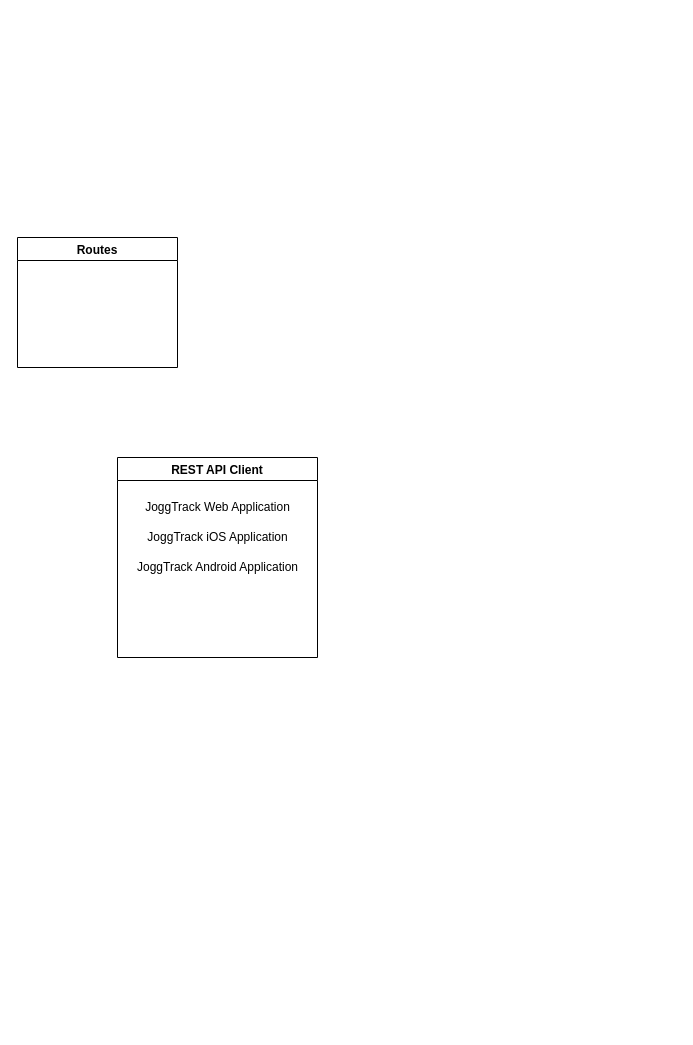
The draw.io diagram joggtrackRESTapi.drawio in cosminmemetea/joggtrack, before the edit. Source tidied: cells renumbered, new cells numbered last; positions are measured from the earlier drawing's top-left corner, leaving out a move shared by most shapes. Both pictures are drawn from the tidied source at 100%, with x=0, y=0 at pixel (17, 237).
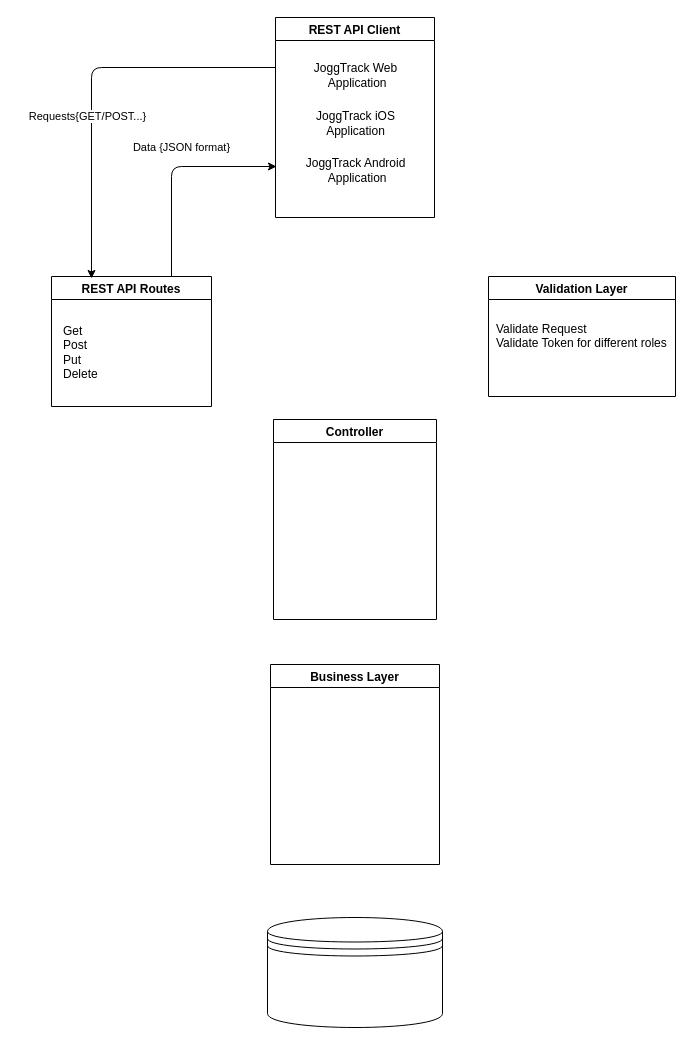
After the change.

Diff of the diagram source:
```diff
@@
+    <mxCell id="7" style="edgeStyle=none;html=1;exitX=0.75;exitY=0;exitDx=0;exitDy=0;" parent="1" edge="1" source="2">
+      <mxGeometry relative="1" as="geometry">
+        <mxPoint x="259" y="-71" as="targetPoint" />
+        <Array as="points">
+          <mxPoint x="154" y="-71" />
+        </Array>
+      </mxGeometry>
+    </mxCell>
+    <mxCell id="8" value="Data {JSON format}" style="edgeLabel;html=1;align=center;verticalAlign=middle;" parent="7" vertex="1">
+      <mxGeometry x="-0.03" y="1" relative="1" as="geometry">
+        <mxPoint x="10" y="-26" as="offset" />
+      </mxGeometry>
+    </mxCell>
-    <mxCell id="2" value="Routes" style="swimlane;" parent="1" vertex="1">
-      <mxGeometry width="160" height="130" as="geometry" />
+    <mxCell id="2" value="REST API Routes" style="swimlane;" parent="1" vertex="1">
+      <mxGeometry x="34" y="39" width="160" height="130" as="geometry" />
     </mxCell>
+    <mxCell id="9" value="&lt;div&gt;&lt;span&gt;Get&lt;/span&gt;&lt;/div&gt;&lt;div&gt;&lt;span&gt;Post&lt;/span&gt;&lt;/div&gt;&lt;div&gt;Put&lt;/div&gt;&lt;div&gt;Delete&lt;/div&gt;" style="text;html=1;strokeColor=none;fillColor=none;align=left;verticalAlign=middle;whiteSpace=wrap;rounded=0;" parent="2" vertex="1">
+      <mxGeometry x="10" y="31" width="140" height="90" as="geometry" />
+    </mxCell>
+    <mxCell id="10" style="edgeStyle=none;html=1;entryX=0.25;entryY=0.015;entryDx=0;entryDy=0;exitX=0;exitY=0.25;exitDx=0;exitDy=0;entryPerimeter=0;" parent="1" edge="1" source="3" target="2">
+      <mxGeometry relative="1" as="geometry">
+        <Array as="points">
+          <mxPoint x="74" y="-170" />
+        </Array>
+      </mxGeometry>
+    </mxCell>
+    <mxCell id="11" value="Requests{GET/POST...}" style="edgeLabel;html=1;align=center;verticalAlign=middle;" parent="10" vertex="1">
+      <mxGeometry x="0.01" y="-2" relative="1" as="geometry">
+        <mxPoint x="-3" y="33" as="offset" />
+      </mxGeometry>
+    </mxCell>
     <mxCell id="3" value="REST API Client" style="swimlane;" parent="1" vertex="1">
-      <mxGeometry x="100" y="220" width="200" height="200" as="geometry" />
+      <mxGeometry x="258" y="-220" width="159" height="200" as="geometry" />
     </mxCell>
-    <mxCell id="4" value="JoggTrack Web Application" style="text;html=1;align=center;verticalAlign=middle;strokeColor=none;fillColor=none;" parent="3" vertex="1">
-      <mxGeometry x="20" y="40" width="160" height="20" as="geometry" />
+    <mxCell id="4" value="JoggTrack Web&lt;br&gt;&amp;nbsp;Application" style="text;html=1;align=center;verticalAlign=middle;strokeColor=none;fillColor=none;" parent="3" vertex="1">
+      <mxGeometry x="33" y="42" width="93" height="32" as="geometry" />
     </mxCell>
-    <mxCell id="5" value="JoggTrack iOS Application" style="text;html=1;align=center;verticalAlign=middle;strokeColor=none;fillColor=none;" parent="3" vertex="1">
-      <mxGeometry x="20" y="70" width="160" height="20" as="geometry" />
+    <mxCell id="5" value="JoggTrack iOS &lt;br&gt;Application" style="text;html=1;align=center;verticalAlign=middle;strokeColor=none;fillColor=none;" parent="3" vertex="1">
+      <mxGeometry x="35" y="90" width="89" height="32" as="geometry" />
     </mxCell>
-    <mxCell id="6" value="JoggTrack Android Application" style="text;html=1;align=center;verticalAlign=middle;strokeColor=none;fillColor=none;" parent="3" vertex="1">
-      <mxGeometry x="10" y="100" width="180" height="20" as="geometry" />
+    <mxCell id="6" value="JoggTrack Android&lt;br&gt;&amp;nbsp;Application" style="text;html=1;align=center;verticalAlign=middle;strokeColor=none;fillColor=none;" parent="3" vertex="1">
+      <mxGeometry x="24.5" y="137" width="110" height="32" as="geometry" />
     </mxCell>
+    <mxCell id="12" value="Validation Layer" style="swimlane;" parent="1" vertex="1">
+      <mxGeometry x="471" y="39" width="187" height="120" as="geometry" />
+    </mxCell>
+    <mxCell id="13" value="Validate Request&lt;br&gt;Validate Token for different roles&lt;br&gt;&lt;div&gt;&lt;br&gt;&lt;/div&gt;" style="text;html=1;align=left;verticalAlign=middle;strokeColor=none;" parent="12" vertex="1">
+      <mxGeometry x="6" y="44" width="181" height="46" as="geometry" />
+    </mxCell>
+    <mxCell id="14" value="Controller" style="swimlane;" parent="1" vertex="1">
+      <mxGeometry x="256" y="182" width="163" height="200" as="geometry" />
+    </mxCell>
+    <mxCell id="15" value="Business Layer" style="swimlane;" parent="1" vertex="1">
+      <mxGeometry x="253" y="427" width="169" height="200" as="geometry" />
+    </mxCell>
+    <mxCell id="16" style="shape=datastore;whiteSpace=wrap;html=1;" parent="1" vertex="1">
+      <mxGeometry x="250" y="680" width="175" height="110" as="geometry" />
+    </mxCell>
```
